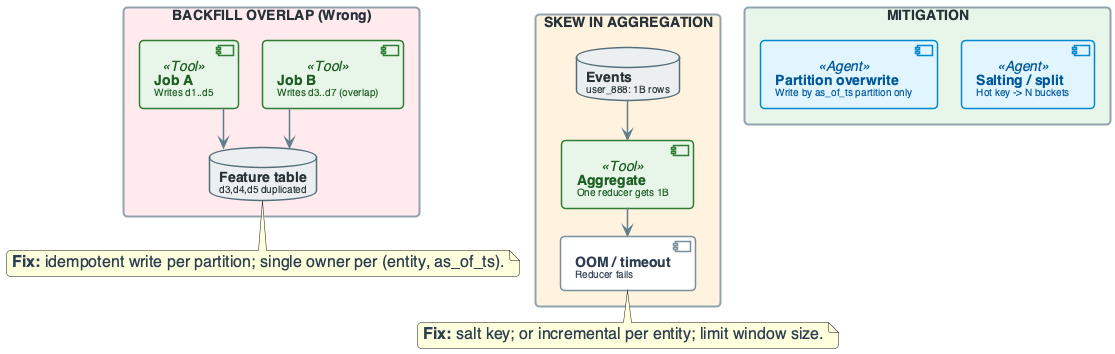
OrPerets/data-engineering-course keeps this PlantUML diagram as diagrams/week12/week12_lecture_slide17_failure_backfill_skew.png. Above is the earlier version.
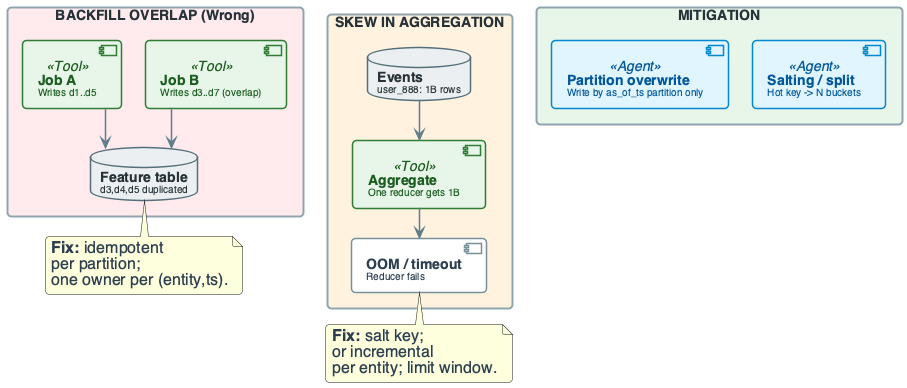
The same file after the commit.

Change to the diagram source:
```diff
@@ -139,7 +139,7 @@
     component "**Salting / split**\n<size:10>Hot key -> N buckets</size>" as M2 <<Agent>>
 }
 
-note bottom of DUP : **Fix:** idempotent write per partition; single owner per (entity, as_of_ts).
-note bottom of FAIL : **Fix:** salt key; or incremental per entity; limit window size.
+note bottom of DUP : **Fix:** idempotent\nper partition;\none owner per (entity,ts).
+note bottom of FAIL : **Fix:** salt key;\nor incremental\nper entity; limit window.
 
 @enduml
```
